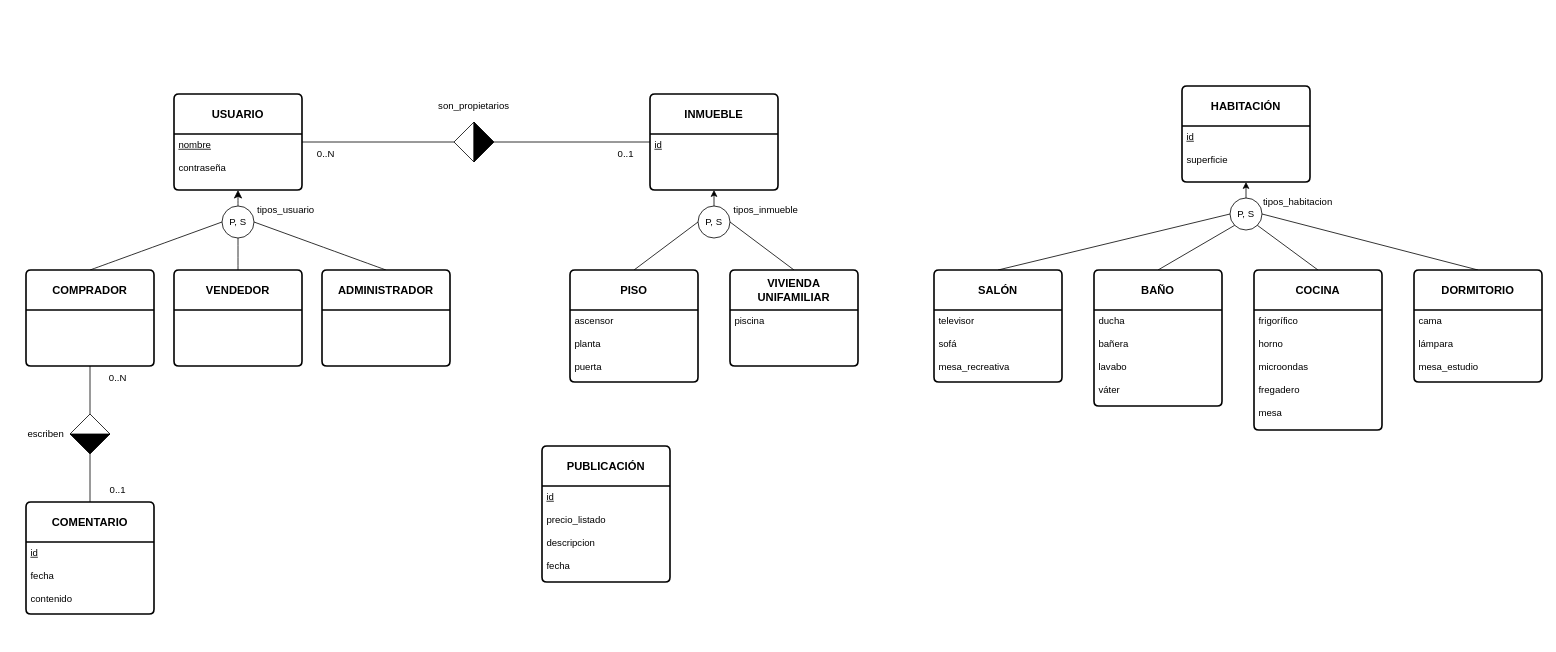
Earlier version of the draw.io diagram docs/modelos_datos/entidad_relacion.drawio (PobladoRestringido/prog2-25-B2). Source tidied: cells renumbered, new cells numbered last; positions are measured from the earlier drawing's top-left corner, leaving out a move shared by most shapes. Both pictures are drawn from the tidied source at 80%, with x=0, y=0 at pixel (22, 86).
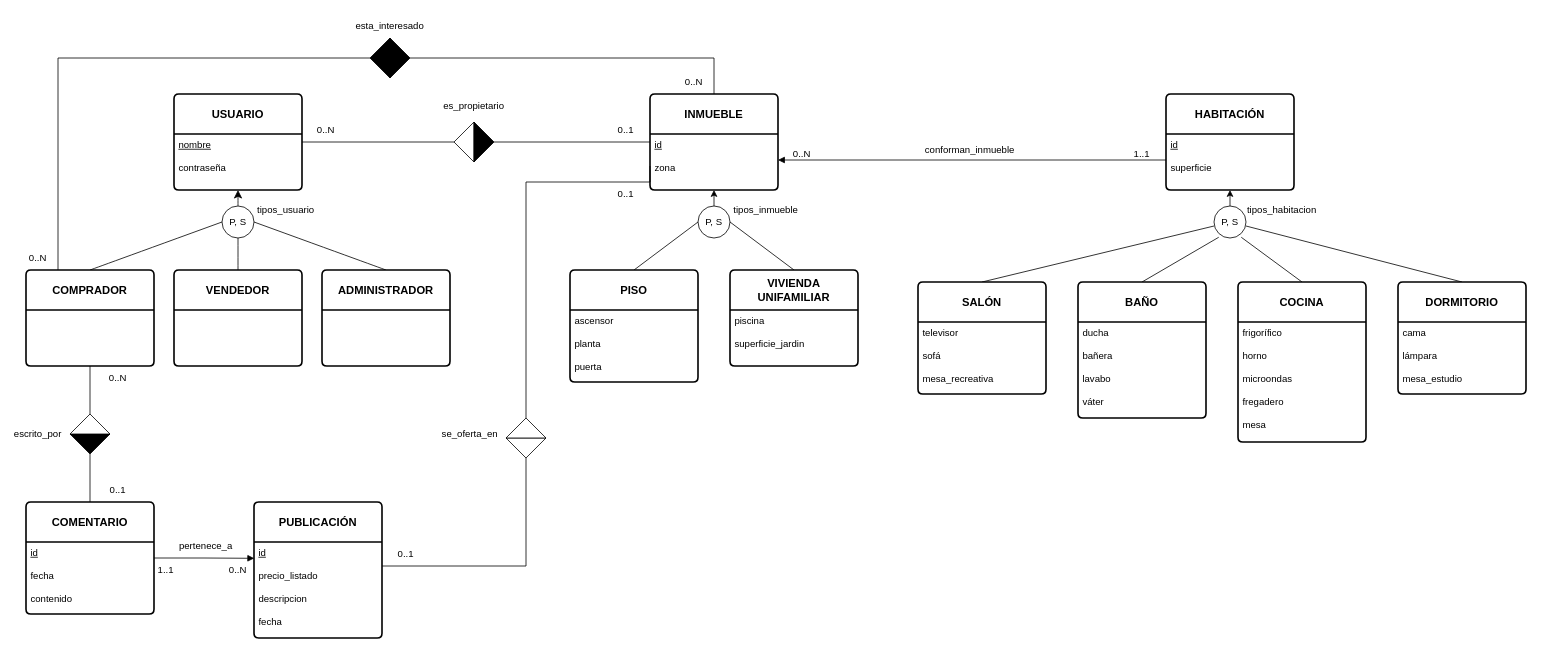
Above is the later version.

Unchanged cells that the change refers to:
```xml
<mxCell id="5" value="&lt;b&gt;COMPRADOR&lt;/b&gt;" style="swimlane;horizontal=1;startSize=50;rounded=1;fontSize=14;fontStyle=0;strokeWidth=2;shadow=0;dashed=0;align=center;arcSize=4;whiteSpace=wrap;html=1;" parent="1" vertex="1">
  <mxGeometry x="5" y="230" width="160" height="120" as="geometry" />
</mxCell>
<mxCell id="13" value="&lt;b&gt;INMUEBLE&lt;/b&gt;" style="swimlane;horizontal=1;startSize=50;rounded=1;fontSize=14;fontStyle=0;strokeWidth=2;shadow=0;dashed=0;align=center;arcSize=4;whiteSpace=wrap;html=1;" parent="1" vertex="1">
  <mxGeometry x="785" y="10" width="160" height="120" as="geometry" />
</mxCell>
<mxCell id="22" value="&lt;b&gt;VIVIENDA UNIFAMILIAR&lt;/b&gt;" style="swimlane;horizontal=1;startSize=50;rounded=1;fontSize=14;fontStyle=0;strokeWidth=2;shadow=0;dashed=0;align=center;arcSize=4;whiteSpace=wrap;html=1;" parent="1" vertex="1">
  <mxGeometry x="885" y="230" width="160" height="120" as="geometry" />
</mxCell>
<mxCell id="42" value="&lt;u&gt;id&lt;/u&gt;&lt;br&gt;&lt;br&gt;&lt;div&gt;precio_listado&lt;/div&gt;&lt;div&gt;&lt;br&gt;&lt;/div&gt;&lt;div&gt;descripcion&lt;/div&gt;&lt;div&gt;&lt;br&gt;&lt;/div&gt;&lt;div&gt;fecha&lt;/div&gt;" style="align=left;strokeColor=none;fillColor=none;spacingLeft=4;spacingRight=4;fontSize=12;verticalAlign=top;html=1;whiteSpace=wrap;" parent="41" vertex="1">
  <mxGeometry y="50" width="160" height="120" as="geometry" />
</mxCell>
<mxCell id="43" value="&lt;b&gt;COMENTARIO&lt;/b&gt;" style="swimlane;horizontal=1;startSize=50;rounded=1;fontSize=14;fontStyle=0;strokeWidth=2;shadow=0;dashed=0;align=center;arcSize=4;whiteSpace=wrap;html=1;" parent="1" vertex="1">
  <mxGeometry x="5" y="520" width="160" height="140" as="geometry" />
</mxCell>
```

Diff of the diagram source:
```diff
@@
+    <mxCell id="59" style="edgeStyle=orthogonalEdgeStyle;rounded=0;jettySize=auto;html=1;exitX=0.25;exitY=0;exitDx=0;exitDy=0;entryX=1;entryY=0.5;entryDx=0;entryDy=0;endArrow=none;startFill=0;" parent="1" edge="1" source="5" target="60">
+      <mxGeometry relative="1" as="geometry" />
+    </mxCell>
@@
-    <mxCell id="14" value="&lt;u&gt;id&lt;/u&gt;&lt;br&gt;&lt;br&gt;&lt;div&gt;&lt;br&gt;&lt;/div&gt;" style="align=left;strokeColor=none;fillColor=none;spacingLeft=4;spacingRight=4;fontSize=12;verticalAlign=top;html=1;whiteSpace=wrap;" parent="13" vertex="1">
+    <mxCell id="14" value="&lt;u&gt;id&lt;/u&gt;&lt;br&gt;&lt;br&gt;&lt;div&gt;zona&lt;/div&gt;" style="align=left;strokeColor=none;fillColor=none;spacingLeft=4;spacingRight=4;fontSize=12;verticalAlign=top;html=1;whiteSpace=wrap;" parent="13" vertex="1">
       <mxGeometry y="50" width="160" height="70" as="geometry" />
     </mxCell>
@@
-    <mxCell id="23" value="piscina" style="align=left;strokeColor=none;fillColor=none;spacingLeft=4;spacingRight=4;fontSize=12;verticalAlign=top;html=1;whiteSpace=wrap;" parent="22" vertex="1">
+    <mxCell id="23" value="piscina&lt;div&gt;&lt;br&gt;&lt;/div&gt;&lt;div&gt;superficie_jardin&lt;/div&gt;" style="align=left;strokeColor=none;fillColor=none;spacingLeft=4;spacingRight=4;fontSize=12;verticalAlign=top;html=1;whiteSpace=wrap;" parent="22" vertex="1">
       <mxGeometry y="50" width="160" height="70" as="geometry" />
     </mxCell>
     <mxCell id="24" value="&lt;b&gt;HABITACIÓN&lt;/b&gt;" style="swimlane;horizontal=1;startSize=50;rounded=1;fontSize=14;fontStyle=0;strokeWidth=2;shadow=0;dashed=0;align=center;arcSize=4;whiteSpace=wrap;html=1;" parent="1" vertex="1">
-      <mxGeometry x="1450" width="160" height="120" as="geometry" />
+      <mxGeometry x="1430" y="10" width="160" height="120" as="geometry" />
     </mxCell>
@@
     <mxCell id="26" style="edgeStyle=orthogonalEdgeStyle;rounded=0;jettySize=auto;html=1;exitX=0.5;exitY=0;exitDx=0;exitDy=0;entryX=0.5;entryY=1;entryDx=0;entryDy=0;" parent="1" edge="1" source="28">
       <mxGeometry relative="1" as="geometry">
-        <mxPoint x="1530" y="120" as="targetPoint" />
+        <mxPoint x="1510" y="130" as="targetPoint" />
       </mxGeometry>
     </mxCell>
-    <mxCell id="27" style="rounded=0;jettySize=auto;html=1;exitX=1;exitY=0.5;exitDx=0;exitDy=0;entryX=0.5;entryY=0;entryDx=0;entryDy=0;endArrow=none;startFill=0;" parent="1" edge="1" source="28" target="39">
-      <mxGeometry relative="1" as="geometry" />
+    <mxCell id="27" style="rounded=0;jettySize=auto;html=1;exitX=1;exitY=0.5;exitDx=0;exitDy=0;entryX=0.5;entryY=0;entryDx=0;entryDy=0;endArrow=none;startFill=0;" parent="1" edge="1" target="39">
+      <mxGeometry relative="1" as="geometry">
+        <mxPoint x="1530" y="175" as="sourcePoint" />
+      </mxGeometry>
     </mxCell>
     <mxCell id="28" value="P, S" style="ellipse;whiteSpace=wrap;html=1;" parent="1" vertex="1">
-      <mxGeometry x="1510" y="140" width="40" height="40" as="geometry" />
+      <mxGeometry x="1490" y="150" width="40" height="40" as="geometry" />
     </mxCell>
     <mxCell id="29" value="tipos_habitacion" style="text;html=1;align=center;verticalAlign=middle;whiteSpace=wrap;rounded=0;" parent="1" vertex="1">
-      <mxGeometry x="1565" y="130" width="60" height="30" as="geometry" />
+      <mxGeometry x="1545" y="140" width="60" height="30" as="geometry" />
     </mxCell>
-    <mxCell id="30" style="rounded=0;jettySize=auto;html=1;exitX=0.5;exitY=0;exitDx=0;exitDy=0;entryX=0;entryY=0.5;entryDx=0;entryDy=0;endArrow=none;startFill=0;" parent="1" edge="1" source="31" target="28">
-      <mxGeometry relative="1" as="geometry" />
+    <mxCell id="30" style="rounded=0;jettySize=auto;html=1;exitX=0.5;exitY=0;exitDx=0;exitDy=0;entryX=0;entryY=0.5;entryDx=0;entryDy=0;endArrow=none;startFill=0;" parent="1" edge="1" source="31">
+      <mxGeometry relative="1" as="geometry">
+        <mxPoint x="1490" y="175" as="targetPoint" />
+      </mxGeometry>
     </mxCell>
     <mxCell id="31" value="&lt;b&gt;SALÓN&lt;/b&gt;" style="swimlane;horizontal=1;startSize=50;rounded=1;fontSize=14;fontStyle=0;strokeWidth=2;shadow=0;dashed=0;align=center;arcSize=4;whiteSpace=wrap;html=1;" parent="1" vertex="1">
-      <mxGeometry x="1140" y="230" width="160" height="140" as="geometry" />
+      <mxGeometry x="1120" y="245" width="160" height="140" as="geometry" />
     </mxCell>
@@
-    <mxCell id="33" style="rounded=0;jettySize=auto;html=1;exitX=0.5;exitY=0;exitDx=0;exitDy=0;entryX=0;entryY=1;entryDx=0;entryDy=0;endArrow=none;startFill=0;" parent="1" edge="1" source="34" target="28">
-      <mxGeometry relative="1" as="geometry" />
+    <mxCell id="33" style="rounded=0;jettySize=auto;html=1;exitX=0.5;exitY=0;exitDx=0;exitDy=0;entryX=0;entryY=1;entryDx=0;entryDy=0;endArrow=none;startFill=0;" parent="1" edge="1" source="34">
+      <mxGeometry relative="1" as="geometry">
+        <mxPoint x="1495.9" y="189.1" as="targetPoint" />
+      </mxGeometry>
     </mxCell>
     <mxCell id="34" value="&lt;b&gt;BAÑO&lt;/b&gt;" style="swimlane;horizontal=1;startSize=50;rounded=1;fontSize=14;fontStyle=0;strokeWidth=2;shadow=0;dashed=0;align=center;arcSize=4;whiteSpace=wrap;html=1;" parent="1" vertex="1">
-      <mxGeometry x="1340" y="230" width="160" height="170" as="geometry" />
+      <mxGeometry x="1320" y="245" width="160" height="170" as="geometry" />
     </mxCell>
@@
-    <mxCell id="36" style="rounded=0;jettySize=auto;html=1;exitX=0.5;exitY=0;exitDx=0;exitDy=0;entryX=1;entryY=1;entryDx=0;entryDy=0;endArrow=none;startFill=0;" parent="1" edge="1" source="37" target="28">
-      <mxGeometry relative="1" as="geometry" />
+    <mxCell id="36" style="rounded=0;jettySize=auto;html=1;exitX=0.5;exitY=0;exitDx=0;exitDy=0;entryX=1;entryY=1;entryDx=0;entryDy=0;endArrow=none;startFill=0;" parent="1" edge="1" source="37">
+      <mxGeometry relative="1" as="geometry">
+        <mxPoint x="1524.1" y="189.1" as="targetPoint" />
+      </mxGeometry>
     </mxCell>
     <mxCell id="37" value="&lt;b&gt;COCINA&lt;/b&gt;" style="swimlane;horizontal=1;startSize=50;rounded=1;fontSize=14;fontStyle=0;strokeWidth=2;shadow=0;dashed=0;align=center;arcSize=4;whiteSpace=wrap;html=1;" parent="1" vertex="1">
-      <mxGeometry x="1540" y="230" width="160" height="200" as="geometry" />
+      <mxGeometry x="1520" y="245" width="160" height="200" as="geometry" />
     </mxCell>
@@
     <mxCell id="39" value="&lt;b&gt;DORMITORIO&lt;/b&gt;" style="swimlane;horizontal=1;startSize=50;rounded=1;fontSize=14;fontStyle=0;strokeWidth=2;shadow=0;dashed=0;align=center;arcSize=4;whiteSpace=wrap;html=1;" parent="1" vertex="1">
-      <mxGeometry x="1740" y="230" width="160" height="140" as="geometry" />
+      <mxGeometry x="1720" y="245" width="160" height="140" as="geometry" />
     </mxCell>
@@
     <mxCell id="41" value="&lt;b&gt;PUBLICACIÓN&lt;/b&gt;" style="swimlane;horizontal=1;startSize=50;rounded=1;fontSize=14;fontStyle=0;strokeWidth=2;shadow=0;dashed=0;align=center;arcSize=4;whiteSpace=wrap;html=1;" parent="1" vertex="1">
-      <mxGeometry x="650" y="450" width="160" height="170" as="geometry" />
+      <mxGeometry x="290" y="520" width="160" height="170" as="geometry" />
     </mxCell>
@@
-    <mxCell id="49" value="escriben" style="text;html=1;align=center;verticalAlign=middle;whiteSpace=wrap;rounded=0;" parent="1" vertex="1">
-      <mxGeometry y="420" width="60" height="30" as="geometry" />
+    <mxCell id="49" value="escrito_por" style="text;html=1;align=center;verticalAlign=middle;whiteSpace=wrap;rounded=0;" parent="1" vertex="1">
+      <mxGeometry x="-10" y="420" width="60" height="30" as="geometry" />
     </mxCell>
@@
     <mxCell id="55" value="0..1" style="text;html=1;align=center;verticalAlign=middle;whiteSpace=wrap;rounded=0;" parent="1" vertex="1">
-      <mxGeometry x="725" y="70" width="60" height="30" as="geometry" />
+      <mxGeometry x="725" y="40" width="60" height="30" as="geometry" />
     </mxCell>
     <mxCell id="56" value="0..N" style="text;html=1;align=center;verticalAlign=middle;whiteSpace=wrap;rounded=0;" parent="1" vertex="1">
-      <mxGeometry x="350" y="70" width="60" height="30" as="geometry" />
+      <mxGeometry x="350" y="40" width="60" height="30" as="geometry" />
     </mxCell>
@@
-    <mxCell id="58" value="son_propietarios" style="text;html=1;align=center;verticalAlign=middle;whiteSpace=wrap;rounded=0;" parent="1" vertex="1">
+    <mxCell id="58" value="es_propietario" style="text;html=1;align=center;verticalAlign=middle;whiteSpace=wrap;rounded=0;" parent="1" vertex="1">
       <mxGeometry x="535" y="10" width="60" height="30" as="geometry" />
     </mxCell>
+    <mxCell id="60" style="triangle;whiteSpace=wrap;html=1;direction=west;fillColor=#000000;" parent="1" vertex="1">
+      <mxGeometry x="435" y="-60" width="25" height="50" as="geometry" />
+    </mxCell>
+    <mxCell id="61" style="edgeStyle=orthogonalEdgeStyle;rounded=0;jettySize=auto;html=1;exitX=1;exitY=0.5;exitDx=0;exitDy=0;endArrow=none;startFill=0;entryX=0.5;entryY=0;entryDx=0;entryDy=0;" parent="1" edge="1" source="62" target="13">
+      <mxGeometry relative="1" as="geometry" />
+    </mxCell>
+    <mxCell id="62" style="triangle;whiteSpace=wrap;html=1;direction=east;gradientColor=none;fillColor=#000000;" parent="1" vertex="1">
+      <mxGeometry x="460" y="-60" width="25" height="50" as="geometry" />
+    </mxCell>
+    <mxCell id="63" value="esta_interesado" style="text;html=1;align=center;verticalAlign=middle;whiteSpace=wrap;rounded=0;" parent="1" vertex="1">
+      <mxGeometry x="430" y="-90" width="60" height="30" as="geometry" />
+    </mxCell>
+    <mxCell id="64" value="0..N" style="text;html=1;align=center;verticalAlign=middle;whiteSpace=wrap;rounded=0;" parent="1" vertex="1">
+      <mxGeometry x="-10" y="200" width="60" height="30" as="geometry" />
+    </mxCell>
+    <mxCell id="65" value="0..N" style="text;html=1;align=center;verticalAlign=middle;whiteSpace=wrap;rounded=0;" parent="1" vertex="1">
+      <mxGeometry x="810" y="-20" width="60" height="30" as="geometry" />
+    </mxCell>
+    <mxCell id="66" value="conforman_inmueble" style="text;html=1;align=center;verticalAlign=middle;whiteSpace=wrap;rounded=0;" parent="1" vertex="1">
+      <mxGeometry x="1155" y="65" width="60" height="30" as="geometry" />
+    </mxCell>
+    <mxCell id="67" style="rounded=0;jettySize=auto;html=1;exitX=1;exitY=0.75;exitDx=0;exitDy=0;entryX=0;entryY=0.75;entryDx=0;entryDy=0;endArrow=block;endFill=1;" parent="1" edge="1" source="68" target="69">
+      <mxGeometry relative="1" as="geometry" />
+    </mxCell>
+    <mxCell id="68" value="1..1" style="text;html=1;align=center;verticalAlign=middle;whiteSpace=wrap;rounded=0;" parent="1" vertex="1">
+      <mxGeometry x="1370" y="70" width="60" height="30" as="geometry" />
+    </mxCell>
+    <mxCell id="69" value="0..N" style="text;html=1;align=center;verticalAlign=middle;whiteSpace=wrap;rounded=0;" parent="1" vertex="1">
+      <mxGeometry x="945" y="70" width="60" height="30" as="geometry" />
+    </mxCell>
+    <mxCell id="70" style="triangle;whiteSpace=wrap;html=1;direction=south;fillColor=#FFFFFF;" parent="1" vertex="1">
+      <mxGeometry x="605" y="440" width="50" height="25" as="geometry" />
+    </mxCell>
+    <mxCell id="71" style="edgeStyle=orthogonalEdgeStyle;rounded=0;jettySize=auto;html=1;exitX=1;exitY=0.5;exitDx=0;exitDy=0;entryX=0;entryY=0.75;entryDx=0;entryDy=0;endArrow=none;startFill=0;" parent="1" edge="1" source="72" target="13">
+      <mxGeometry relative="1" as="geometry">
+        <Array as="points">
+          <mxPoint x="630" y="120" />
+          <mxPoint x="785" y="120" />
+        </Array>
+      </mxGeometry>
+    </mxCell>
+    <mxCell id="72" style="triangle;whiteSpace=wrap;html=1;direction=north;" parent="1" vertex="1">
+      <mxGeometry x="605" y="415" width="50" height="25" as="geometry" />
+    </mxCell>
+    <mxCell id="73" value="se_oferta_en" style="text;html=1;align=center;verticalAlign=middle;whiteSpace=wrap;rounded=0;" parent="1" vertex="1">
+      <mxGeometry x="530" y="420" width="60" height="30" as="geometry" />
+    </mxCell>
+    <mxCell id="74" style="edgeStyle=orthogonalEdgeStyle;rounded=0;jettySize=auto;html=1;exitX=1;exitY=0.25;exitDx=0;exitDy=0;entryX=1;entryY=0.5;entryDx=0;entryDy=0;endArrow=none;startFill=0;" parent="1" edge="1" source="42" target="70">
+      <mxGeometry relative="1" as="geometry" />
+    </mxCell>
+    <mxCell id="75" value="0..1" style="text;html=1;align=center;verticalAlign=middle;whiteSpace=wrap;rounded=0;" parent="1" vertex="1">
+      <mxGeometry x="450" y="570" width="60" height="30" as="geometry" />
+    </mxCell>
+    <mxCell id="76" value="0..1" style="text;html=1;align=center;verticalAlign=middle;whiteSpace=wrap;rounded=0;" parent="1" vertex="1">
+      <mxGeometry x="725" y="120" width="60" height="30" as="geometry" />
+    </mxCell>
+    <mxCell id="77" value="pertenece_a" style="text;html=1;align=center;verticalAlign=middle;whiteSpace=wrap;rounded=0;" parent="1" vertex="1">
+      <mxGeometry x="200" y="560" width="60" height="30" as="geometry" />
+    </mxCell>
+    <mxCell id="78" style="edgeStyle=orthogonalEdgeStyle;rounded=0;jettySize=auto;html=1;exitX=1;exitY=0.5;exitDx=0;exitDy=0;entryX=0.002;entryY=0.17;entryDx=0;entryDy=0;entryPerimeter=0;endArrow=block;endFill=1;" parent="1" edge="1" source="43" target="42">
+      <mxGeometry relative="1" as="geometry" />
+    </mxCell>
+    <mxCell id="79" value="1..1" style="text;html=1;align=center;verticalAlign=middle;whiteSpace=wrap;rounded=0;" parent="1" vertex="1">
+      <mxGeometry x="150" y="590" width="60" height="30" as="geometry" />
+    </mxCell>
+    <mxCell id="80" value="0..N" style="text;html=1;align=center;verticalAlign=middle;whiteSpace=wrap;rounded=0;" parent="1" vertex="1">
+      <mxGeometry x="240" y="590" width="60" height="30" as="geometry" />
+    </mxCell>
```
